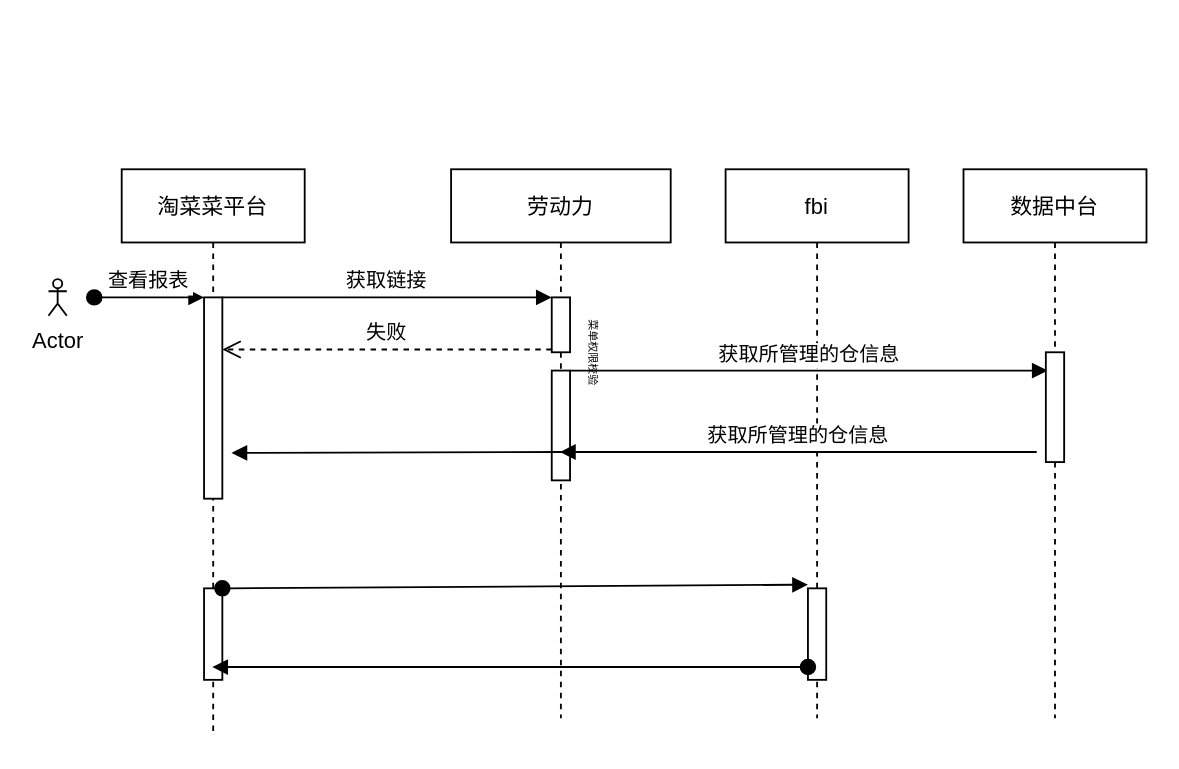
Earlier version of the draw.io diagram Untitled Diagram.drawio (Gxiaoqiang/retry-task). Source tidied: cells renumbered, new cells numbered last; positions are measured from the earlier drawing's top-left corner, leaving out a move shared by most shapes. Both pictures are drawn from the tidied source at 183%, with x=0, y=0 at pixel (48, 168).
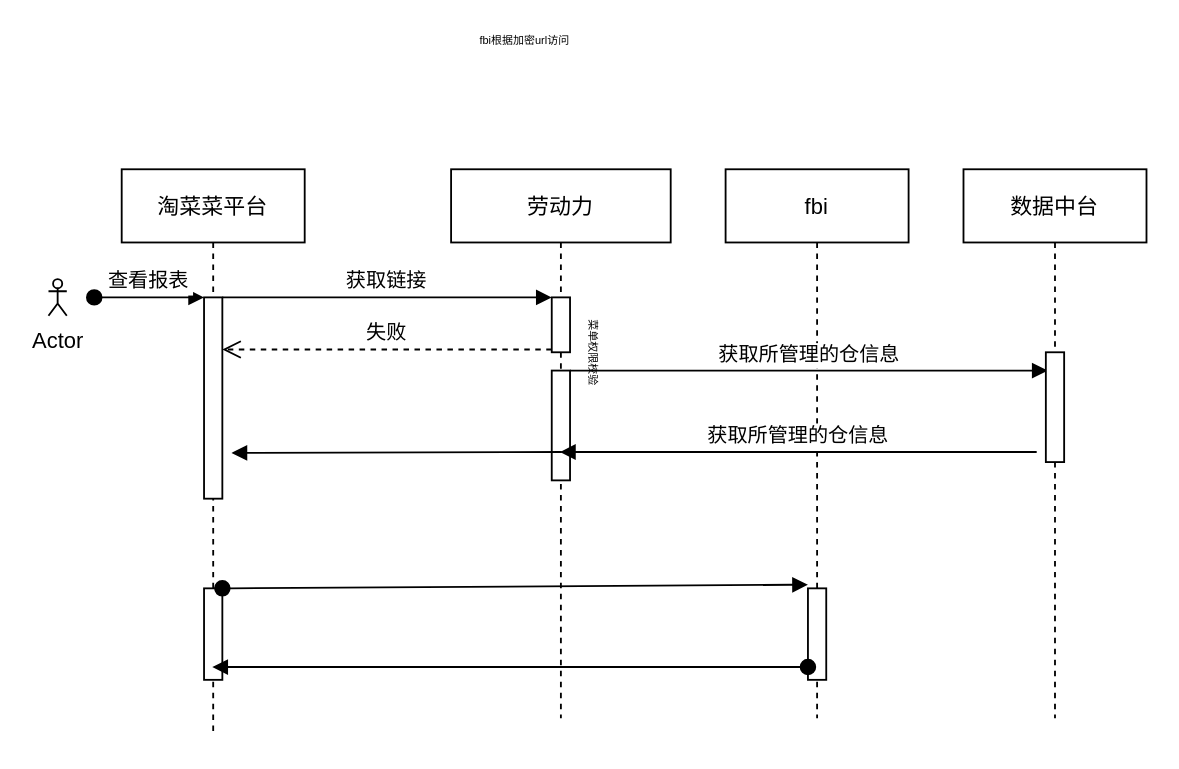
The same page after the edit.

Commit message:
fbi url访问

The edit, as a diff of the source:
```diff
@@
+    <mxCell id="22" value="fbi根据加密url访问" style="text;html=1;align=center;verticalAlign=middle;strokeColor=none;fillColor=none;fontSize=6;" parent="1" vertex="1">
+      <mxGeometry x="205" y="-75" width="110" height="10" as="geometry" />
+    </mxCell>
```
